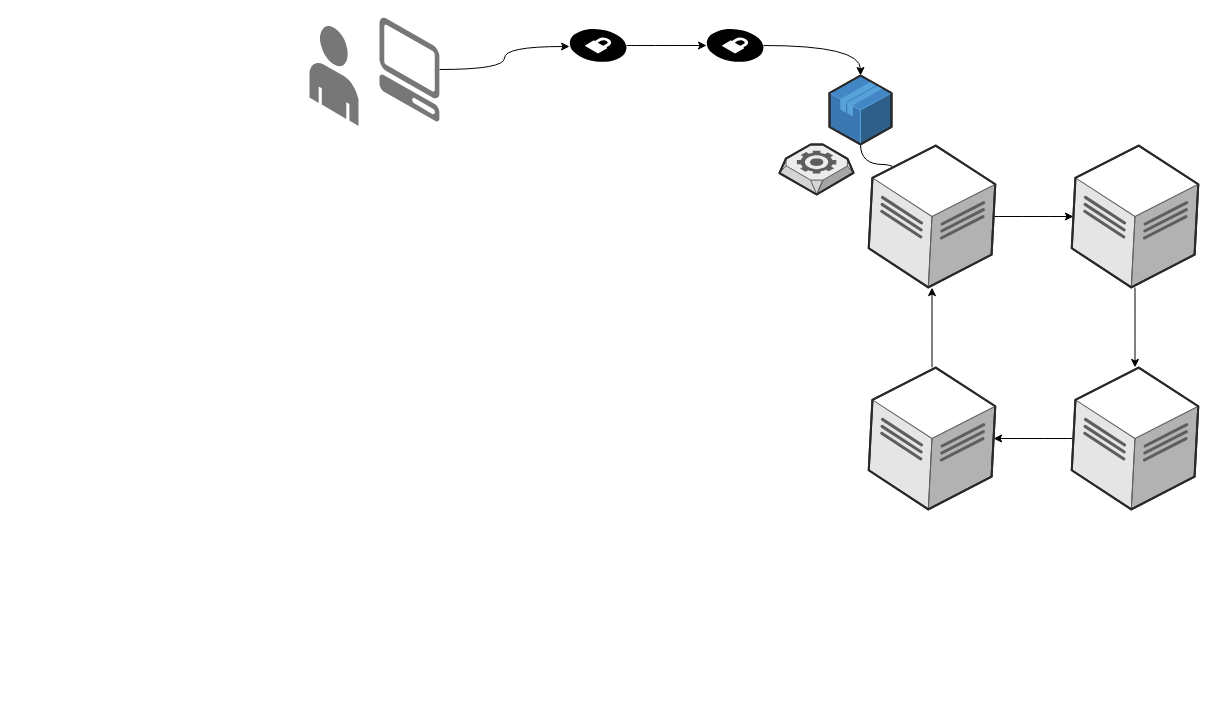
The draw.io diagram page "blsystem" (2 of 6) of BLminder/WheelsOfBL_6attri_stru.drawio in lvmodan/Drawio, before the edit. Source tidied: cells renumbered, new cells numbered last; positions are measured from the earlier drawing's top-left corner, leaving out a move shared by most shapes. Both pictures are drawn from the tidied source at 100%, with x=0, y=0 at pixel (309, 17).
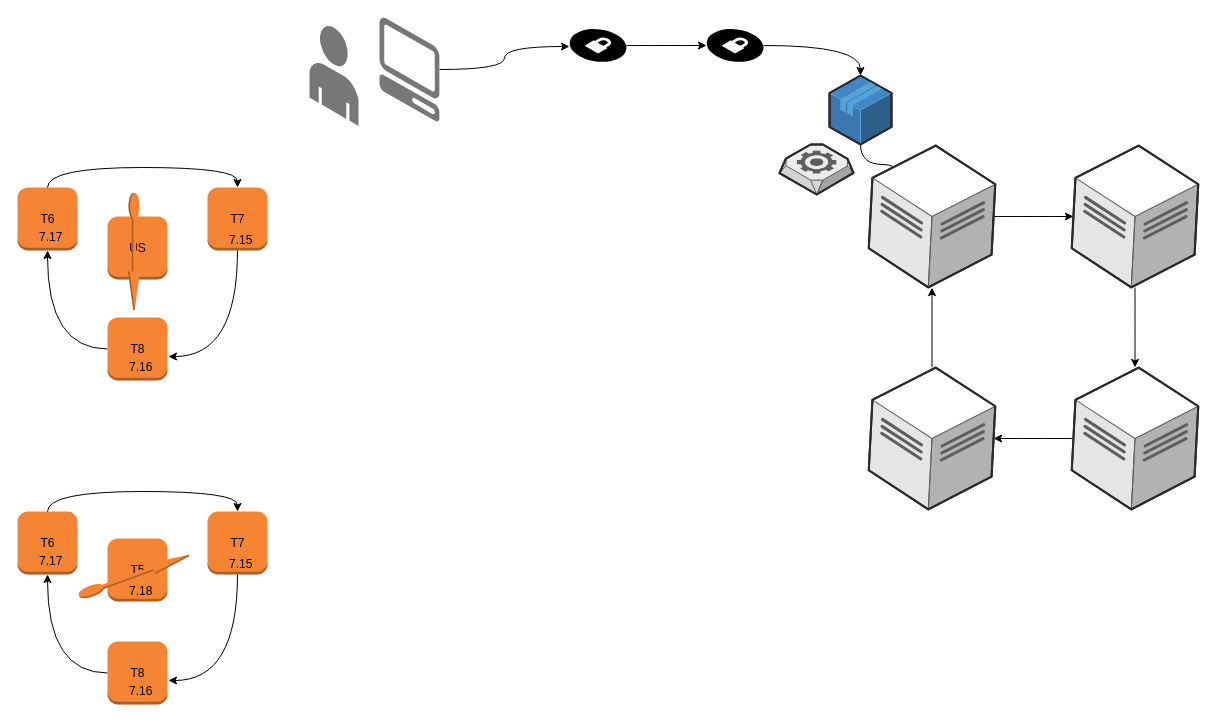
The same diagram, later.

Change to the diagram source:
```diff
@@
+    <mxCell id="20" value="T5" style="dashed=0;html=1;shape=mxgraph.aws3.instance;fillColor=#F58534;gradientColor=none;" parent="1" vertex="1">
+      <mxGeometry x="-202" y="521" width="60" height="63" as="geometry" />
+    </mxCell>
+    <mxCell id="21" value="7.18" style="text;html=1;align=left;verticalAlign=top;spacingTop=-4;" parent="1" vertex="1">
+      <mxGeometry x="-182" y="564" width="40" height="20" as="geometry" />
+    </mxCell>
+    <mxCell id="22" value="T6" style="dashed=0;html=1;shape=mxgraph.aws3.instance;fillColor=#F58534;gradientColor=none;" parent="1" vertex="1">
+      <mxGeometry x="-292" y="494" width="60" height="63" as="geometry" />
+    </mxCell>
+    <mxCell id="23" value="T7" style="dashed=0;html=1;shape=mxgraph.aws3.instance;fillColor=#F58534;gradientColor=none;" parent="1" vertex="1">
+      <mxGeometry x="-102" y="494" width="60" height="63" as="geometry" />
+    </mxCell>
+    <mxCell id="24" style="edgeStyle=orthogonalEdgeStyle;curved=1;rounded=0;html=1;exitX=0.5;exitY=0;exitPerimeter=0;entryX=0.5;entryY=0;entryPerimeter=0;jettySize=auto;" parent="1" edge="1" source="22" target="23">
+      <mxGeometry relative="1" as="geometry">
+        <Array as="points">
+          <mxPoint x="-262" y="474" />
+          <mxPoint x="-72" y="474" />
+        </Array>
+      </mxGeometry>
+    </mxCell>
+    <mxCell id="25" style="edgeStyle=orthogonalEdgeStyle;curved=1;rounded=0;html=1;exitX=0;exitY=0.5;exitPerimeter=0;entryX=0.5;entryY=1;entryPerimeter=0;jettySize=auto;" parent="1" edge="1" source="26" target="22">
+      <mxGeometry relative="1" as="geometry" />
+    </mxCell>
+    <mxCell id="26" value="T8" style="dashed=0;html=1;shape=mxgraph.aws3.instance;fillColor=#F58534;gradientColor=none;" parent="1" vertex="1">
+      <mxGeometry x="-202" y="624" width="60" height="63" as="geometry" />
+    </mxCell>
+    <mxCell id="27" style="edgeStyle=orthogonalEdgeStyle;curved=1;rounded=0;html=1;exitX=0.5;exitY=1;exitPerimeter=0;entryX=1.017;entryY=0.619;entryPerimeter=0;jettySize=auto;" parent="1" edge="1" source="23" target="26">
+      <mxGeometry relative="1" as="geometry" />
+    </mxCell>
+    <mxCell id="28" value="7.16" style="text;html=1;align=left;verticalAlign=top;spacingTop=-4;" parent="1" vertex="1">
+      <mxGeometry x="-182" y="664" width="40" height="20" as="geometry" />
+    </mxCell>
+    <mxCell id="29" value="7.15" style="text;html=1;align=left;verticalAlign=top;spacingTop=-4;" parent="1" vertex="1">
+      <mxGeometry x="-82" y="537" width="40" height="20" as="geometry" />
+    </mxCell>
+    <mxCell id="30" value="7.17" style="text;html=1;align=left;verticalAlign=top;spacingTop=-4;" parent="1" vertex="1">
+      <mxGeometry x="-272" y="534" width="40" height="20" as="geometry" />
+    </mxCell>
+    <mxCell id="31" style="dashed=0;html=1;shape=mxgraph.aws3.elastic_ip;fillColor=#F58534;gradientColor=none;rotation=-20;" parent="1" vertex="1">
+      <mxGeometry x="-234" y="552" width="117" height="12" as="geometry" />
+    </mxCell>
+    <mxCell id="32" value="T6" style="dashed=0;html=1;shape=mxgraph.aws3.instance;fillColor=#F58534;gradientColor=none;" parent="1" vertex="1">
+      <mxGeometry x="-292" y="170" width="60" height="63" as="geometry" />
+    </mxCell>
+    <mxCell id="33" value="T7" style="dashed=0;html=1;shape=mxgraph.aws3.instance;fillColor=#F58534;gradientColor=none;" parent="1" vertex="1">
+      <mxGeometry x="-102" y="170" width="60" height="63" as="geometry" />
+    </mxCell>
+    <mxCell id="34" style="edgeStyle=orthogonalEdgeStyle;curved=1;rounded=0;html=1;exitX=0.5;exitY=0;exitPerimeter=0;entryX=0.5;entryY=0;entryPerimeter=0;jettySize=auto;" parent="1" edge="1" source="32" target="33">
+      <mxGeometry relative="1" as="geometry">
+        <Array as="points">
+          <mxPoint x="-262" y="150" />
+          <mxPoint x="-72" y="150" />
+        </Array>
+      </mxGeometry>
+    </mxCell>
+    <mxCell id="35" style="edgeStyle=orthogonalEdgeStyle;curved=1;rounded=0;html=1;exitX=0;exitY=0.5;exitPerimeter=0;entryX=0.5;entryY=1;entryPerimeter=0;jettySize=auto;" parent="1" edge="1" source="36" target="32">
+      <mxGeometry relative="1" as="geometry" />
+    </mxCell>
+    <mxCell id="36" value="T8" style="dashed=0;html=1;shape=mxgraph.aws3.instance;fillColor=#F58534;gradientColor=none;" parent="1" vertex="1">
+      <mxGeometry x="-202" y="300" width="60" height="63" as="geometry" />
+    </mxCell>
+    <mxCell id="37" style="edgeStyle=orthogonalEdgeStyle;curved=1;rounded=0;html=1;exitX=0.5;exitY=1;exitPerimeter=0;entryX=1.017;entryY=0.619;entryPerimeter=0;jettySize=auto;" parent="1" edge="1" source="33" target="36">
+      <mxGeometry relative="1" as="geometry" />
+    </mxCell>
+    <mxCell id="38" value="7.16" style="text;html=1;align=left;verticalAlign=top;spacingTop=-4;" parent="1" vertex="1">
+      <mxGeometry x="-182" y="340" width="40" height="20" as="geometry" />
+    </mxCell>
+    <mxCell id="39" value="7.15" style="text;html=1;align=left;verticalAlign=top;spacingTop=-4;" parent="1" vertex="1">
+      <mxGeometry x="-82" y="213" width="40" height="20" as="geometry" />
+    </mxCell>
+    <mxCell id="40" value="7.17" style="text;html=1;align=left;verticalAlign=top;spacingTop=-4;" parent="1" vertex="1">
+      <mxGeometry x="-272" y="210" width="40" height="20" as="geometry" />
+    </mxCell>
+    <mxCell id="41" value="US" style="dashed=0;html=1;shape=mxgraph.aws3.instance;fillColor=#F58534;gradientColor=none;" parent="1" vertex="1">
+      <mxGeometry x="-202" y="199" width="60" height="63" as="geometry" />
+    </mxCell>
+    <mxCell id="42" style="dashed=0;html=1;shape=mxgraph.aws3.elastic_ip;fillColor=#F58534;gradientColor=none;rotation=90;" parent="1" vertex="1">
+      <mxGeometry x="-234" y="228" width="117" height="12" as="geometry" />
+    </mxCell>
```
